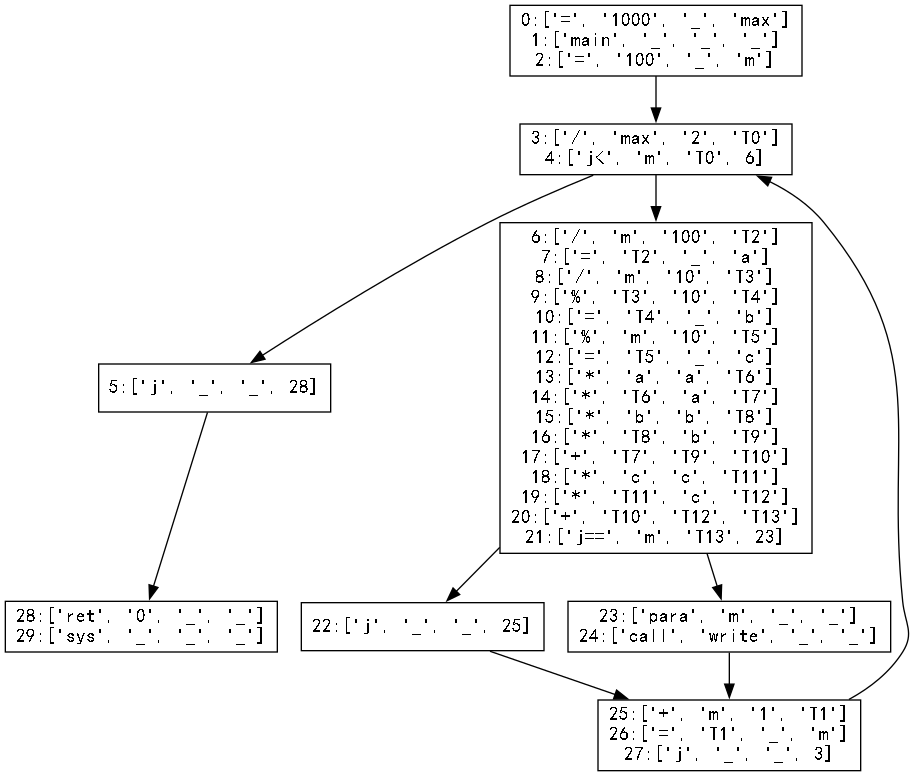
Before: Basic_Block/basic_block.gv.png, a diagram exported from Graphviz (hutao99/compiler). Its source is kept beside it as Basic_Block/basic_block.gv.
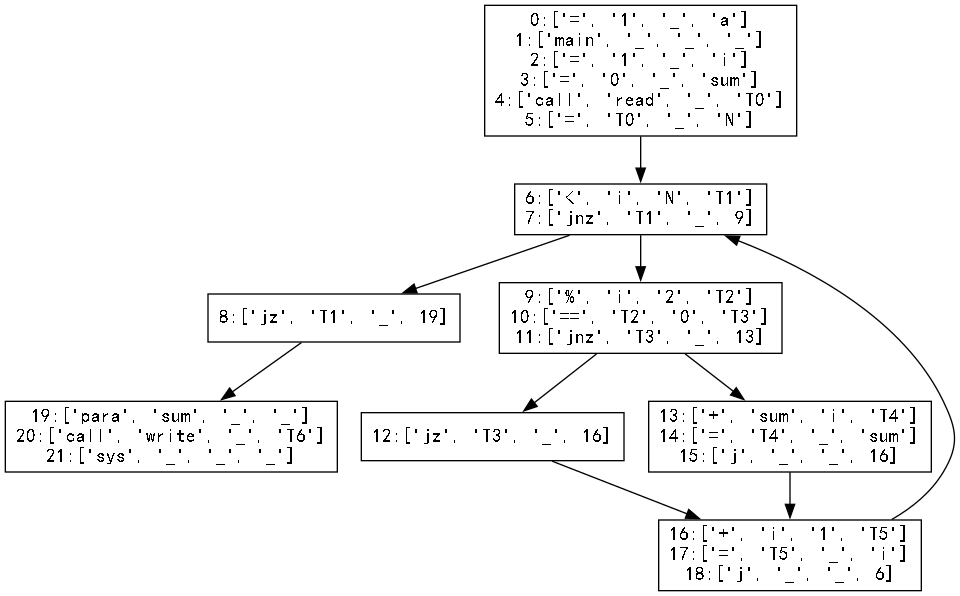
After the commit.

Diff of the diagram source:
```diff
@@ -1,41 +1,33 @@
 digraph "./Basic_Block/basic_block" {
-	0 [label="0:['=', '1000', '_', 'max']
+	0 [label="0:['=', '1', '_', 'a']
 1:['main', '_', '_', '_']
-2:['=', '100', '_', 'm']
+2:['=', '1', '_', 'i']
+3:['=', '0', '_', 'sum']
+4:['call', 'read', '_', 'T0']
+5:['=', 'T0', '_', 'N']
 " fontname=SimHei shape=rectangle]
-	1 [label="3:['/', 'max', '2', 'T0']
-4:['j<', 'm', 'T0', 6]
+	1 [label="6:['<', 'i', 'N', 'T1']
+7:['jnz', 'T1', '_', 9]
 " fontname=SimHei shape=rectangle]
-	2 [label="5:['j', '_', '_', 28]
+	2 [label="8:['jz', 'T1', '_', 19]
 " fontname=SimHei shape=rectangle]
-	3 [label="6:['/', 'm', '100', 'T2']
-7:['=', 'T2', '_', 'a']
-8:['/', 'm', '10', 'T3']
-9:['%', 'T3', '10', 'T4']
-10:['=', 'T4', '_', 'b']
-11:['%', 'm', '10', 'T5']
-12:['=', 'T5', '_', 'c']
-13:['*', 'a', 'a', 'T6']
-14:['*', 'T6', 'a', 'T7']
-15:['*', 'b', 'b', 'T8']
-16:['*', 'T8', 'b', 'T9']
-17:['+', 'T7', 'T9', 'T10']
-18:['*', 'c', 'c', 'T11']
-19:['*', 'T11', 'c', 'T12']
-20:['+', 'T10', 'T12', 'T13']
-21:['j==', 'm', 'T13', 23]
+	3 [label="9:['%', 'i', '2', 'T2']
+10:['==', 'T2', '0', 'T3']
+11:['jnz', 'T3', '_', 13]
 " fontname=SimHei shape=rectangle]
-	4 [label="22:['j', '_', '_', 25]
+	4 [label="12:['jz', 'T3', '_', 16]
 " fontname=SimHei shape=rectangle]
-	5 [label="23:['para', 'm', '_', '_']
-24:['call', 'write', '_', '_']
+	5 [label="13:['+', 'sum', 'i', 'T4']
+14:['=', 'T4', '_', 'sum']
+15:['j', '_', '_', 16]
 " fontname=SimHei shape=rectangle]
-	6 [label="25:['+', 'm', '1', 'T1']
-26:['=', 'T1', '_', 'm']
-27:['j', '_', '_', 3]
+	6 [label="16:['+', 'i', '1', 'T5']
+17:['=', 'T5', '_', 'i']
+18:['j', '_', '_', 6]
 " fontname=SimHei shape=rectangle]
-	7 [label="28:['ret', '0', '_', '_']
-29:['sys', '_', '_', '_']
+	7 [label="19:['para', 'sum', '_', '_']
+20:['call', 'write', '_', 'T6']
+21:['sys', '_', '_', '_']
 " fontname=SimHei shape=rectangle]
 	0 -> 1
 	1 -> 3
```
